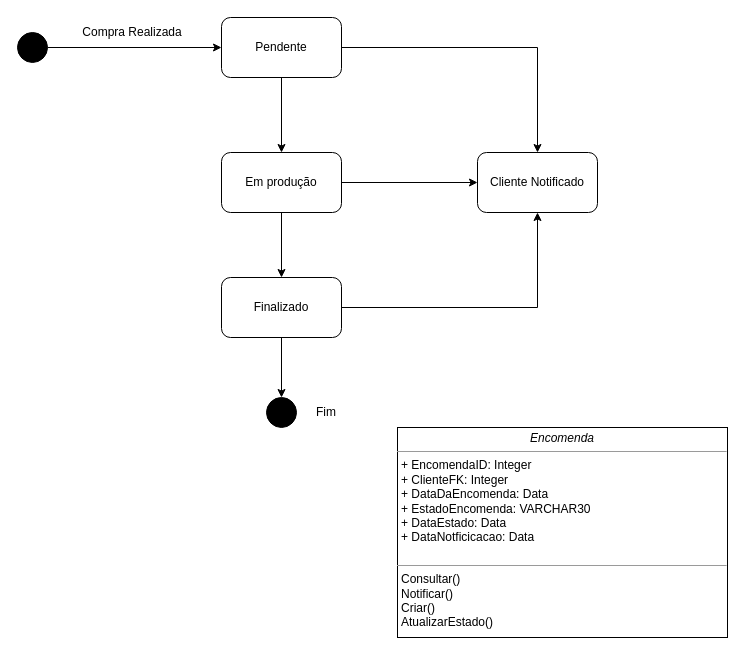
Earlier version of the draw.io diagram wwwroot/documents/Group3/GuilhermeAlves/Projeto_ES2/DiagramaEstadosProjeto/DiagramaEstados.drawio (noellopes/CarManufactoring). Source tidied: cells renumbered, new cells numbered last; positions are measured from the earlier drawing's top-left corner, leaving out a move shared by most shapes. Both pictures are drawn from the tidied source at 100%, with x=0, y=0 at pixel (17, 17).
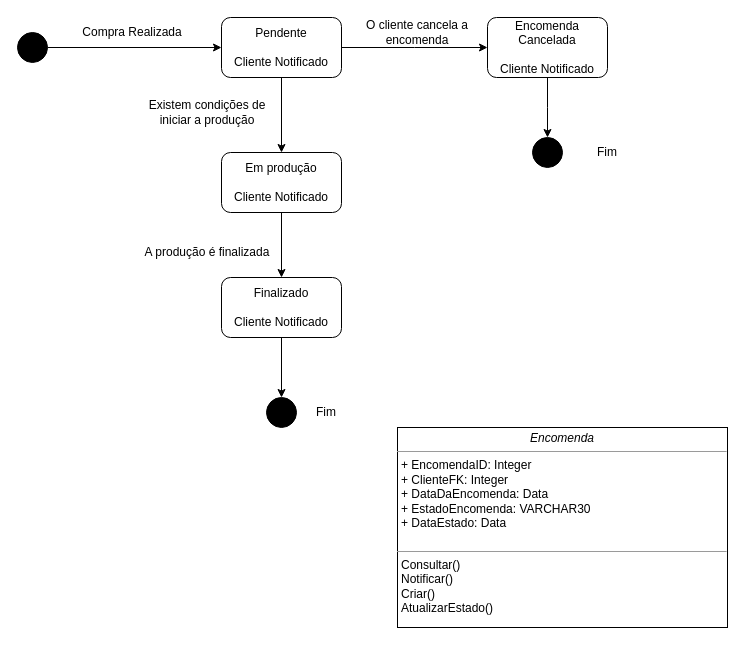
After the change.

Diff of the diagram source:
```diff
@@
-    <mxCell id="2" style="edgeStyle=orthogonalEdgeStyle;rounded=0;jettySize=auto;html=1;exitX=1;exitY=0.5;exitDx=0;exitDy=0;" parent="1" edge="1" source="4" target="14">
-      <mxGeometry relative="1" as="geometry" />
-    </mxCell>
@@
+    <mxCell id="18" style="edgeStyle=orthogonalEdgeStyle;rounded=0;jettySize=auto;html=1;entryX=0;entryY=0.5;entryDx=0;entryDy=0;" parent="1" edge="1" source="4">
+      <mxGeometry relative="1" as="geometry">
+        <mxPoint x="470" y="30" as="targetPoint" />
+      </mxGeometry>
+    </mxCell>
-    <mxCell id="4" value="Pendente" style="rounded=1;whiteSpace=wrap;html=1;" parent="1" vertex="1">
+    <mxCell id="4" value="Pendente&lt;br&gt;&lt;br&gt;Cliente Notificado" style="rounded=1;whiteSpace=wrap;html=1;" parent="1" vertex="1">
       <mxGeometry x="204" width="120" height="60" as="geometry" />
     </mxCell>
@@
-    <mxCell id="6" style="edgeStyle=orthogonalEdgeStyle;rounded=0;jettySize=auto;html=1;entryX=0;entryY=0.5;entryDx=0;entryDy=0;" parent="1" edge="1" source="7" target="14">
-      <mxGeometry relative="1" as="geometry" />
-    </mxCell>
-    <mxCell id="7" value="Em produção" style="rounded=1;whiteSpace=wrap;html=1;" parent="1" vertex="1">
+    <mxCell id="7" value="Em produção&lt;br&gt;&lt;br&gt;Cliente Notificado" style="rounded=1;whiteSpace=wrap;html=1;" parent="1" vertex="1">
       <mxGeometry x="204" y="135" width="120" height="60" as="geometry" />
     </mxCell>
-    <mxCell id="8" style="edgeStyle=orthogonalEdgeStyle;rounded=0;jettySize=auto;html=1;entryX=0.5;entryY=1;entryDx=0;entryDy=0;" parent="1" edge="1" source="10" target="14">
-      <mxGeometry relative="1" as="geometry" />
-    </mxCell>
@@
-    <mxCell id="10" value="Finalizado" style="rounded=1;whiteSpace=wrap;html=1;" parent="1" vertex="1">
+    <mxCell id="10" value="Finalizado&lt;br&gt;&lt;br&gt;Cliente Notificado" style="rounded=1;whiteSpace=wrap;html=1;" parent="1" vertex="1">
       <mxGeometry x="204" y="260" width="120" height="60" as="geometry" />
     </mxCell>
@@
-    <mxCell id="14" value="Cliente Notificado" style="rounded=1;whiteSpace=wrap;html=1;fillColor=#FFFFFF;" parent="1" vertex="1">
-      <mxGeometry x="460" y="135" width="120" height="60" as="geometry" />
-    </mxCell>
@@
-    <mxCell id="17" value="&lt;p style=&quot;margin:0px;margin-top:4px;text-align:center;&quot;&gt;&lt;i&gt;Encomenda&lt;/i&gt;&lt;/p&gt;&lt;hr size=&quot;1&quot;&gt;&lt;p style=&quot;margin:0px;margin-left:4px;&quot;&gt;+ EncomendaID: Integer&lt;/p&gt;&lt;p style=&quot;margin:0px;margin-left:4px;&quot;&gt;+ ClienteFK: Integer&lt;br&gt;+ DataDaEncomenda: Data&lt;/p&gt;&lt;p style=&quot;margin:0px;margin-left:4px;&quot;&gt;+ EstadoEncomenda: VARCHAR30&lt;br&gt;&lt;/p&gt;&lt;p style=&quot;margin:0px;margin-left:4px;&quot;&gt;+ DataEstado: Data&lt;/p&gt;&lt;p style=&quot;margin:0px;margin-left:4px;&quot;&gt;+ DataNotficicacao: Data&lt;br&gt;&lt;/p&gt;&lt;p style=&quot;margin:0px;margin-left:4px;&quot;&gt;&lt;br&gt;&lt;/p&gt;&lt;hr size=&quot;1&quot;&gt;&lt;p style=&quot;margin: 0px 0px 0px 4px;&quot;&gt;Consultar()&lt;br&gt;&lt;/p&gt;&lt;p style=&quot;margin: 0px 0px 0px 4px;&quot;&gt;Notificar()&lt;/p&gt;&lt;p style=&quot;margin: 0px 0px 0px 4px;&quot;&gt;Criar()&lt;/p&gt;&lt;p style=&quot;margin: 0px 0px 0px 4px;&quot;&gt;AtualizarEstado()&lt;/p&gt;&lt;p style=&quot;margin: 0px 0px 0px 4px;&quot;&gt;&lt;br&gt;&lt;/p&gt;&lt;p style=&quot;margin: 0px 0px 0px 4px;&quot;&gt;&lt;br&gt;&lt;/p&gt;" style="verticalAlign=top;align=left;overflow=fill;fontSize=12;fontFamily=Helvetica;html=1;rounded=0;shadow=0;comic=0;labelBackgroundColor=none;strokeWidth=1;" parent="1" vertex="1">
-      <mxGeometry x="380" y="410" width="330" height="210" as="geometry" />
+    <mxCell id="17" value="&lt;p style=&quot;margin:0px;margin-top:4px;text-align:center;&quot;&gt;&lt;i&gt;Encomenda&lt;/i&gt;&lt;/p&gt;&lt;hr size=&quot;1&quot;&gt;&lt;p style=&quot;margin:0px;margin-left:4px;&quot;&gt;+ EncomendaID: Integer&lt;/p&gt;&lt;p style=&quot;margin:0px;margin-left:4px;&quot;&gt;+ ClienteFK: Integer&lt;br&gt;+ DataDaEncomenda: Data&lt;/p&gt;&lt;p style=&quot;margin:0px;margin-left:4px;&quot;&gt;+ EstadoEncomenda: VARCHAR30&lt;br&gt;&lt;/p&gt;&lt;p style=&quot;margin:0px;margin-left:4px;&quot;&gt;+ DataEstado: Data&lt;/p&gt;&lt;p style=&quot;margin:0px;margin-left:4px;&quot;&gt;&lt;br&gt;&lt;/p&gt;&lt;hr size=&quot;1&quot;&gt;&lt;p style=&quot;margin: 0px 0px 0px 4px;&quot;&gt;Consultar()&lt;br&gt;&lt;/p&gt;&lt;p style=&quot;margin: 0px 0px 0px 4px;&quot;&gt;Notificar()&lt;/p&gt;&lt;p style=&quot;margin: 0px 0px 0px 4px;&quot;&gt;Criar()&lt;/p&gt;&lt;p style=&quot;margin: 0px 0px 0px 4px;&quot;&gt;AtualizarEstado()&lt;/p&gt;&lt;p style=&quot;margin: 0px 0px 0px 4px;&quot;&gt;&lt;br&gt;&lt;/p&gt;&lt;p style=&quot;margin: 0px 0px 0px 4px;&quot;&gt;&lt;br&gt;&lt;/p&gt;" style="verticalAlign=top;align=left;overflow=fill;fontSize=12;fontFamily=Helvetica;html=1;rounded=0;shadow=0;comic=0;labelBackgroundColor=none;strokeWidth=1;" parent="1" vertex="1">
+      <mxGeometry x="380" y="410" width="330" height="200" as="geometry" />
     </mxCell>
+    <mxCell id="19" style="edgeStyle=orthogonalEdgeStyle;rounded=0;jettySize=auto;html=1;" parent="1" edge="1" source="20">
+      <mxGeometry relative="1" as="geometry">
+        <mxPoint x="530" y="120" as="targetPoint" />
+      </mxGeometry>
+    </mxCell>
+    <mxCell id="20" value="Encomenda Cancelada&lt;br&gt;&lt;br&gt;Cliente Notificado" style="rounded=1;whiteSpace=wrap;html=1;" parent="1" vertex="1">
+      <mxGeometry x="470" width="120" height="60" as="geometry" />
+    </mxCell>
+    <mxCell id="21" value="O cliente cancela a encomenda" style="text;html=1;strokeColor=none;fillColor=none;align=center;verticalAlign=middle;whiteSpace=wrap;rounded=0;" parent="1" vertex="1">
+      <mxGeometry x="330" width="140" height="30" as="geometry" />
+    </mxCell>
+    <mxCell id="22" value="Existem condições de iniciar a produção" style="text;html=1;strokeColor=none;fillColor=none;align=center;verticalAlign=middle;whiteSpace=wrap;rounded=0;" parent="1" vertex="1">
+      <mxGeometry x="120" y="80" width="140" height="30" as="geometry" />
+    </mxCell>
+    <mxCell id="23" value="A produção é finalizada" style="text;html=1;strokeColor=none;fillColor=none;align=center;verticalAlign=middle;whiteSpace=wrap;rounded=0;" parent="1" vertex="1">
+      <mxGeometry x="120" y="220" width="140" height="30" as="geometry" />
+    </mxCell>
+    <mxCell id="24" style="ellipse;whiteSpace=wrap;html=1;fillColor=#000000;" parent="1" vertex="1">
+      <mxGeometry x="515" y="120" width="30" height="30" as="geometry" />
+    </mxCell>
+    <mxCell id="25" value="Fim" style="text;html=1;strokeColor=none;fillColor=none;align=center;verticalAlign=middle;whiteSpace=wrap;rounded=0;" parent="1" vertex="1">
+      <mxGeometry x="560" y="120" width="60" height="30" as="geometry" />
+    </mxCell>
```
